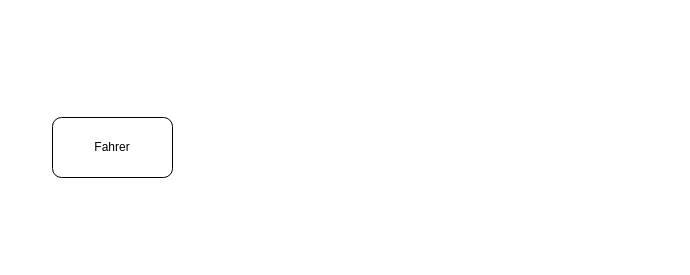
This is Untitled Diagram.drawio from Fabrice-G/test_education, a draw.io file, before an edit. Source tidied: cells renumbered, new cells numbered last; positions are measured from the earlier drawing's top-left corner, leaving out a move shared by most shapes. Both pictures are drawn from the tidied source at 100%, with x=0, y=0 at pixel (52, 117).
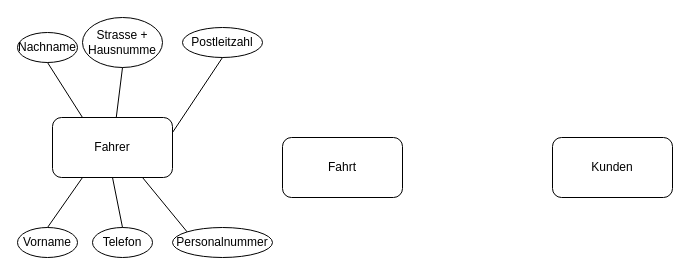
The same page after the edit.

The edit, as a diff of the source:
```diff
@@
 <mxGraphModel>
   <root>
     <mxCell id="0" />
     <mxCell id="1" parent="0" />
     <mxCell id="2" value="Fahrer" style="rounded=1;whiteSpace=wrap;html=1;" parent="1" vertex="1">
       <mxGeometry width="120" height="60" as="geometry" />
     </mxCell>
+    <mxCell id="3" value="Fahrt" style="rounded=1;whiteSpace=wrap;html=1;" parent="1" vertex="1">
+      <mxGeometry x="230" y="20" width="120" height="60" as="geometry" />
+    </mxCell>
+    <mxCell id="4" value="Kunden" style="rounded=1;whiteSpace=wrap;html=1;" parent="1" vertex="1">
+      <mxGeometry x="500" y="20" width="120" height="60" as="geometry" />
+    </mxCell>
+    <mxCell id="5" value="Strasse + Hausnumme &lt;br/&gt;" style="ellipse;whiteSpace=wrap;html=1;" parent="1" vertex="1">
+      <mxGeometry x="30" y="-100" width="80" height="50" as="geometry" />
+    </mxCell>
+    <mxCell id="6" value="Nachname &lt;br/&gt;" style="ellipse;whiteSpace=wrap;html=1;" parent="1" vertex="1">
+      <mxGeometry x="-35" y="-85" width="60" height="30" as="geometry" />
+    </mxCell>
+    <mxCell id="7" value="Telefon &lt;br/&gt;" style="ellipse;whiteSpace=wrap;html=1;" parent="1" vertex="1">
+      <mxGeometry x="40" y="110" width="60" height="30" as="geometry" />
+    </mxCell>
+    <mxCell id="8" value="Vorname &lt;br/&gt;" style="ellipse;whiteSpace=wrap;html=1;" parent="1" vertex="1">
+      <mxGeometry x="-35" y="110" width="60" height="30" as="geometry" />
+    </mxCell>
+    <mxCell id="9" value="Postleitzahl &lt;br/&gt;" style="ellipse;whiteSpace=wrap;html=1;" parent="1" vertex="1">
+      <mxGeometry x="130" y="-90" width="80" height="30" as="geometry" />
+    </mxCell>
+    <mxCell id="10" value="Personalnummer &lt;br/&gt;" style="ellipse;whiteSpace=wrap;html=1;" parent="1" vertex="1">
+      <mxGeometry x="120" y="110" width="100" height="30" as="geometry" />
+    </mxCell>
+    <mxCell id="11" style="endArrow=none;html=1;rounded=0;entryX=0.5;entryY=1;entryDx=0;entryDy=0;" parent="1" edge="1" source="2" target="5">
+      <mxGeometry relative="1" as="geometry" />
+    </mxCell>
+    <mxCell id="12" style="endArrow=none;html=1;rounded=0;exitX=0.5;exitY=0;exitDx=0;exitDy=0;entryX=0.5;entryY=1;entryDx=0;entryDy=0;" parent="1" edge="1" source="7" target="2">
+      <mxGeometry relative="1" as="geometry" />
+    </mxCell>
+    <mxCell id="13" style="endArrow=none;html=1;rounded=0;exitX=0.5;exitY=0;exitDx=0;exitDy=0;entryX=0.25;entryY=1;entryDx=0;entryDy=0;" parent="1" edge="1" source="8" target="2">
+      <mxGeometry relative="1" as="geometry" />
+    </mxCell>
+    <mxCell id="14" style="endArrow=none;html=1;rounded=0;exitX=0.25;exitY=0;exitDx=0;exitDy=0;entryX=0.5;entryY=1;entryDx=0;entryDy=0;" parent="1" edge="1" source="2" target="6">
+      <mxGeometry relative="1" as="geometry" />
+    </mxCell>
+    <mxCell id="15" style="endArrow=none;html=1;rounded=0;exitX=1;exitY=0.25;exitDx=0;exitDy=0;entryX=0.5;entryY=1;entryDx=0;entryDy=0;" parent="1" edge="1" source="2" target="9">
+      <mxGeometry relative="1" as="geometry" />
+    </mxCell>
+    <mxCell id="16" style="endArrow=none;html=1;rounded=0;entryX=0.75;entryY=1;entryDx=0;entryDy=0;exitX=0;exitY=0;exitDx=0;exitDy=0;" parent="1" edge="1" source="10" target="2">
+      <mxGeometry relative="1" as="geometry" />
+    </mxCell>
   </root>
 </mxGraphModel>
```
